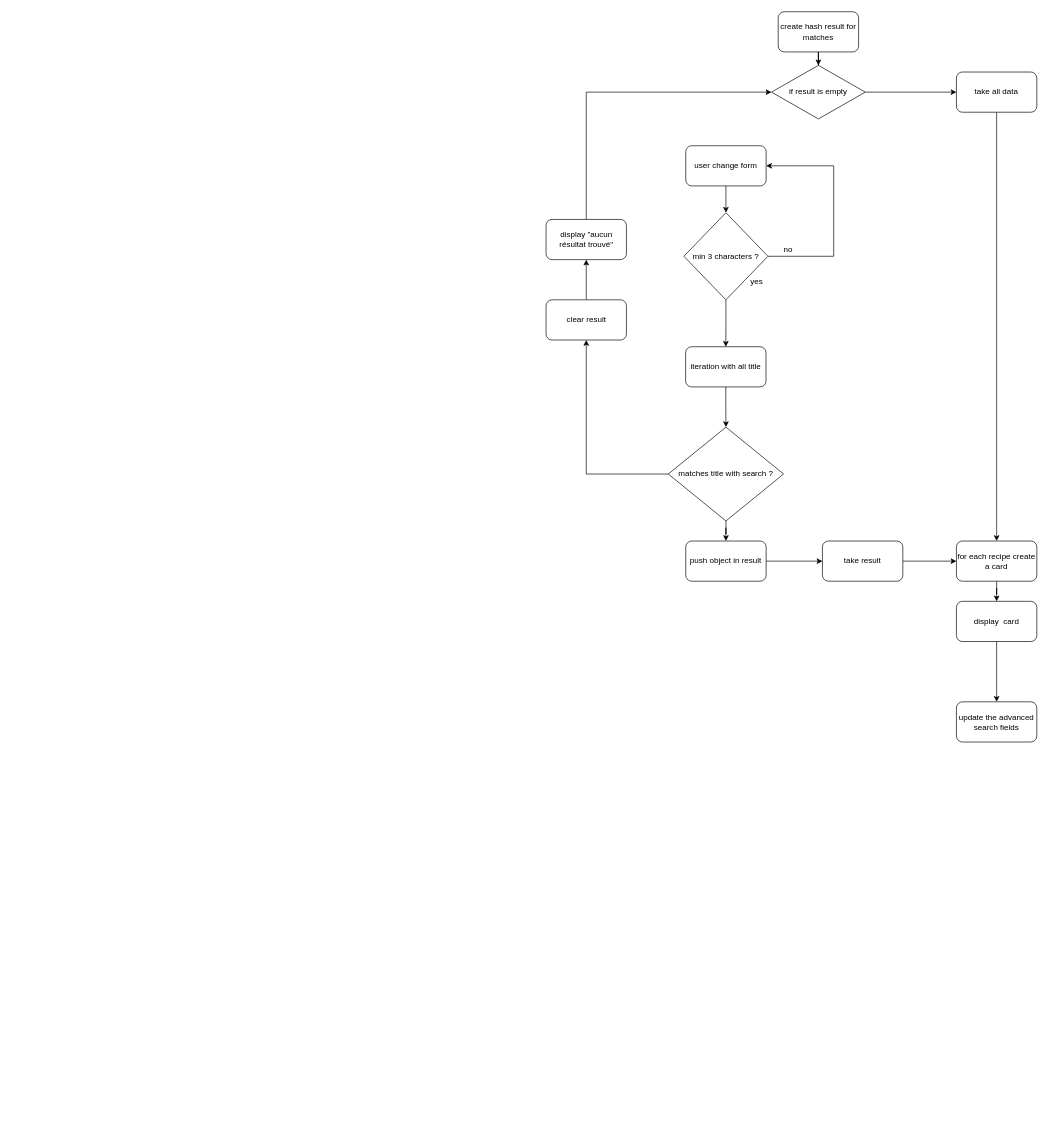
Earlier version of the draw.io diagram algorigramme programmation fonctionnelle.drawio (madelineGrammatico/Les_Petits_Plats). Source tidied: cells renumbered, new cells numbered last; positions are measured from the earlier drawing's top-left corner, leaving out a move shared by most shapes. Both pictures are drawn from the tidied source at 67%, with x=0, y=0 at pixel (546, 11).
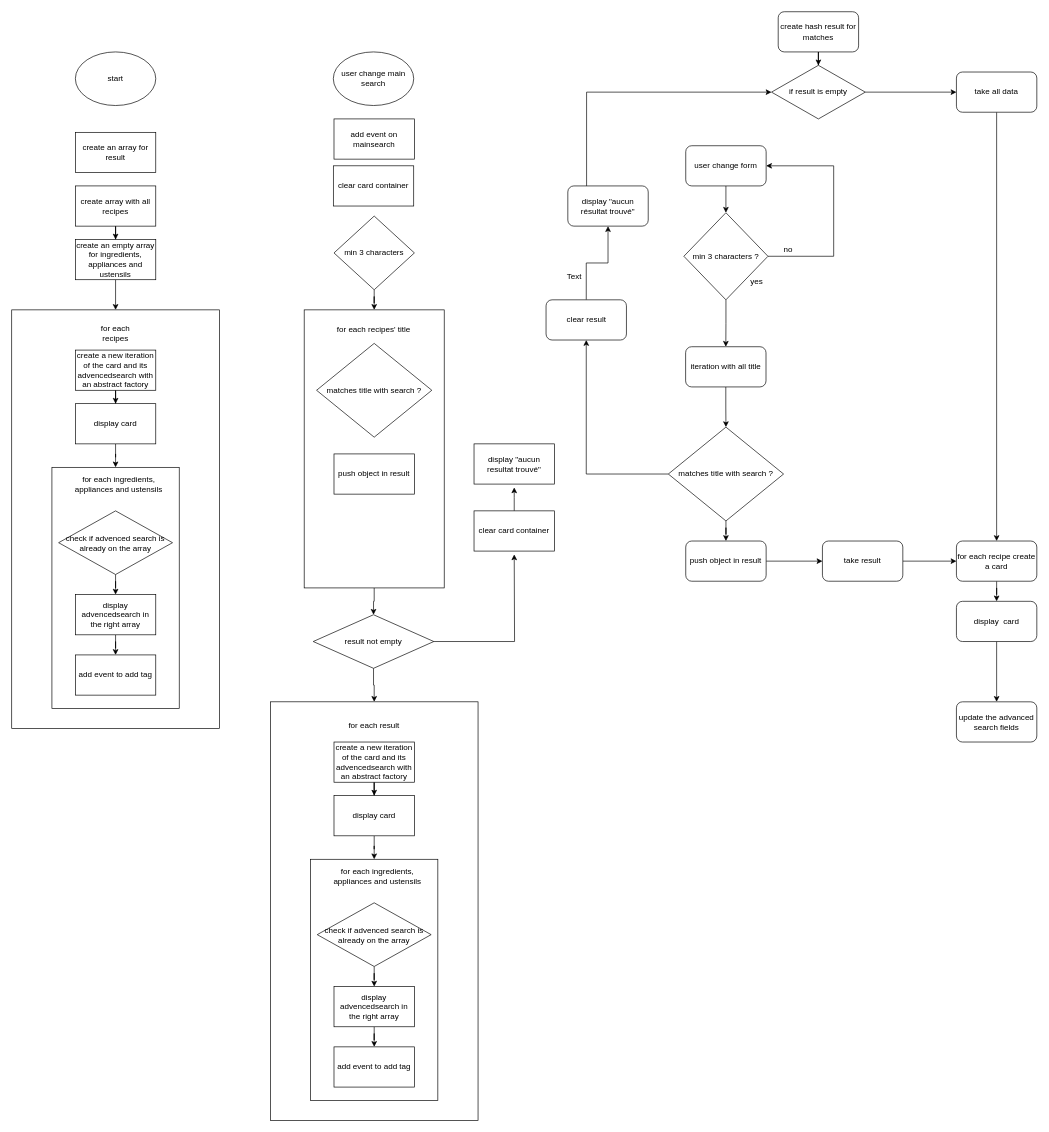
Above is the later version.

The edit, as a diff of the source:
```diff
@@
     <mxCell id="11" value="display &quot;aucun résultat trouvé&quot;" style="rounded=1;whiteSpace=wrap;html=1;" parent="1" vertex="1">
-      <mxGeometry x="-0.5" y="310" width="120" height="60" as="geometry" />
+      <mxGeometry x="32" y="260" width="120" height="60" as="geometry" />
     </mxCell>
@@
+    <mxCell id="33" style="edgeStyle=orthogonalEdgeStyle;rounded=0;jettySize=auto;html=1;entryX=0.5;entryY=0;entryDx=0;entryDy=0;" parent="1" edge="1" source="34" target="48">
+      <mxGeometry relative="1" as="geometry" />
+    </mxCell>
+    <mxCell id="34" value="&lt;div&gt;create array with all recipes&lt;/div&gt;" style="rounded=0;whiteSpace=wrap;html=1;" parent="1" vertex="1">
+      <mxGeometry x="-703" y="260" width="120" height="60" as="geometry" />
+    </mxCell>
+    <mxCell id="35" style="rounded=0;whiteSpace=wrap;html=1;" parent="1" vertex="1">
+      <mxGeometry x="-798" y="445" width="310" height="625" as="geometry" />
+    </mxCell>
+    <mxCell id="36" value="Text" style="text;html=1;strokeColor=none;fillColor=none;align=center;verticalAlign=middle;whiteSpace=wrap;rounded=0;" parent="1" vertex="1">
+      <mxGeometry x="12" y="380" width="60" height="30" as="geometry" />
+    </mxCell>
+    <mxCell id="37" value="for each recipes" style="text;html=1;strokeColor=none;fillColor=none;align=center;verticalAlign=middle;whiteSpace=wrap;rounded=0;" parent="1" vertex="1">
+      <mxGeometry x="-683" y="465" width="80" height="30" as="geometry" />
+    </mxCell>
+    <mxCell id="38" style="edgeStyle=orthogonalEdgeStyle;rounded=0;jettySize=auto;html=1;entryX=0.5;entryY=0;entryDx=0;entryDy=0;" parent="1" edge="1" source="39" target="41">
+      <mxGeometry relative="1" as="geometry" />
+    </mxCell>
+    <mxCell id="39" value="create a new iteration of the card and its advencedsearch with an abstract factory " style="rounded=0;whiteSpace=wrap;html=1;" parent="1" vertex="1">
+      <mxGeometry x="-703" y="505" width="120" height="60" as="geometry" />
+    </mxCell>
+    <mxCell id="40" style="edgeStyle=orthogonalEdgeStyle;rounded=0;jettySize=auto;html=1;entryX=0.5;entryY=0;entryDx=0;entryDy=0;" parent="1" edge="1" source="41" target="42">
+      <mxGeometry relative="1" as="geometry" />
+    </mxCell>
+    <mxCell id="41" value="display card" style="rounded=0;whiteSpace=wrap;html=1;" parent="1" vertex="1">
+      <mxGeometry x="-703" y="585" width="120" height="60" as="geometry" />
+    </mxCell>
+    <mxCell id="42" style="rounded=0;whiteSpace=wrap;html=1;" parent="1" vertex="1">
+      <mxGeometry x="-738" y="680" width="190" height="360" as="geometry" />
+    </mxCell>
+    <mxCell id="43" style="edgeStyle=orthogonalEdgeStyle;rounded=0;jettySize=auto;html=1;" parent="1" edge="1" source="44" target="50">
+      <mxGeometry relative="1" as="geometry" />
+    </mxCell>
+    <mxCell id="44" value="display advencedsearch in the right array" style="rounded=0;whiteSpace=wrap;html=1;" parent="1" vertex="1">
+      <mxGeometry x="-703" y="870" width="120" height="60" as="geometry" />
+    </mxCell>
+    <mxCell id="45" style="edgeStyle=orthogonalEdgeStyle;rounded=0;jettySize=auto;html=1;" parent="1" edge="1" source="46" target="44">
+      <mxGeometry relative="1" as="geometry" />
+    </mxCell>
+    <mxCell id="46" value="check if advenced search is already on the array" style="rhombus;whiteSpace=wrap;html=1;" parent="1" vertex="1">
+      <mxGeometry x="-728" y="745" width="170" height="95" as="geometry" />
+    </mxCell>
+    <mxCell id="47" style="edgeStyle=orthogonalEdgeStyle;rounded=0;jettySize=auto;html=1;entryX=0.5;entryY=0;entryDx=0;entryDy=0;" parent="1" edge="1" source="48" target="35">
+      <mxGeometry relative="1" as="geometry" />
+    </mxCell>
+    <mxCell id="48" value="create an empty array for ingredients, appliances and ustensils" style="rounded=0;whiteSpace=wrap;html=1;" parent="1" vertex="1">
+      <mxGeometry x="-703" y="340" width="120" height="60" as="geometry" />
+    </mxCell>
+    <mxCell id="49" value="for each ingredients, appliances and ustensils" style="text;html=1;strokeColor=none;fillColor=none;align=center;verticalAlign=middle;whiteSpace=wrap;rounded=0;" parent="1" vertex="1">
+      <mxGeometry x="-713" y="690" width="150" height="30" as="geometry" />
+    </mxCell>
+    <mxCell id="50" value="add event to add tag" style="rounded=0;whiteSpace=wrap;html=1;" parent="1" vertex="1">
+      <mxGeometry x="-703" y="960" width="120" height="60" as="geometry" />
+    </mxCell>
+    <mxCell id="51" value="create an array for result" style="rounded=0;whiteSpace=wrap;html=1;" parent="1" vertex="1">
+      <mxGeometry x="-703" y="180" width="120" height="60" as="geometry" />
+    </mxCell>
+    <mxCell id="52" style="edgeStyle=orthogonalEdgeStyle;rounded=0;jettySize=auto;html=1;exitX=0.5;exitY=1;exitDx=0;exitDy=0;entryX=0.5;entryY=0;entryDx=0;entryDy=0;" parent="1" edge="1" source="53" target="64">
+      <mxGeometry relative="1" as="geometry" />
+    </mxCell>
+    <mxCell id="53" style="rounded=0;whiteSpace=wrap;html=1;" parent="1" vertex="1">
+      <mxGeometry x="-361.5" y="445" width="209" height="415" as="geometry" />
+    </mxCell>
+    <mxCell id="54" value="user change main search" style="ellipse;whiteSpace=wrap;html=1;" parent="1" vertex="1">
+      <mxGeometry x="-318" y="60" width="120" height="80" as="geometry" />
+    </mxCell>
+    <mxCell id="55" style="edgeStyle=orthogonalEdgeStyle;rounded=0;jettySize=auto;html=1;" parent="1" edge="1" source="56" target="53">
+      <mxGeometry relative="1" as="geometry" />
+    </mxCell>
+    <mxCell id="56" value="min 3 characters" style="rhombus;whiteSpace=wrap;html=1;" parent="1" vertex="1">
+      <mxGeometry x="-317" y="305" width="120" height="110" as="geometry" />
+    </mxCell>
+    <mxCell id="57" value="start" style="ellipse;whiteSpace=wrap;html=1;" parent="1" vertex="1">
+      <mxGeometry x="-703" y="60" width="120" height="80" as="geometry" />
+    </mxCell>
+    <mxCell id="58" value="add event on mainsearch" style="rounded=0;whiteSpace=wrap;html=1;" parent="1" vertex="1">
+      <mxGeometry x="-317" y="160" width="120" height="60" as="geometry" />
+    </mxCell>
+    <mxCell id="59" value="for each recipes' title" style="text;html=1;strokeColor=none;fillColor=none;align=center;verticalAlign=middle;whiteSpace=wrap;rounded=0;" parent="1" vertex="1">
+      <mxGeometry x="-322.5" y="460" width="129" height="30" as="geometry" />
+    </mxCell>
+    <mxCell id="60" value="matches title with search ?" style="rhombus;whiteSpace=wrap;html=1;" parent="1" vertex="1">
+      <mxGeometry x="-343" y="495" width="172" height="140" as="geometry" />
+    </mxCell>
+    <mxCell id="61" value="push object in result" style="rounded=0;whiteSpace=wrap;html=1;" parent="1" vertex="1">
+      <mxGeometry x="-317" y="660" width="120" height="60" as="geometry" />
+    </mxCell>
+    <mxCell id="62" style="edgeStyle=orthogonalEdgeStyle;rounded=0;jettySize=auto;html=1;" parent="1" edge="1" source="64">
+      <mxGeometry relative="1" as="geometry">
+        <mxPoint x="-48" y="810" as="targetPoint" />
+      </mxGeometry>
+    </mxCell>
+    <mxCell id="63" style="edgeStyle=orthogonalEdgeStyle;rounded=0;jettySize=auto;html=1;entryX=0.5;entryY=0;entryDx=0;entryDy=0;" parent="1" edge="1" source="64" target="65">
+      <mxGeometry relative="1" as="geometry" />
+    </mxCell>
+    <mxCell id="64" value="result not empty" style="rhombus;whiteSpace=wrap;html=1;" parent="1" vertex="1">
+      <mxGeometry x="-348" y="900" width="180" height="80" as="geometry" />
+    </mxCell>
+    <mxCell id="65" style="rounded=0;whiteSpace=wrap;html=1;" parent="1" vertex="1">
+      <mxGeometry x="-412" y="1030" width="310" height="625" as="geometry" />
+    </mxCell>
+    <mxCell id="66" value="for each result" style="text;html=1;strokeColor=none;fillColor=none;align=center;verticalAlign=middle;whiteSpace=wrap;rounded=0;" parent="1" vertex="1">
+      <mxGeometry x="-297" y="1050" width="80" height="30" as="geometry" />
+    </mxCell>
+    <mxCell id="67" style="edgeStyle=orthogonalEdgeStyle;rounded=0;jettySize=auto;html=1;entryX=0.5;entryY=0;entryDx=0;entryDy=0;" parent="1" edge="1" source="68" target="70">
+      <mxGeometry relative="1" as="geometry" />
+    </mxCell>
+    <mxCell id="68" value="create a new iteration of the card and its advencedsearch with an abstract factory " style="rounded=0;whiteSpace=wrap;html=1;" parent="1" vertex="1">
+      <mxGeometry x="-317" y="1090" width="120" height="60" as="geometry" />
+    </mxCell>
+    <mxCell id="69" style="edgeStyle=orthogonalEdgeStyle;rounded=0;jettySize=auto;html=1;entryX=0.5;entryY=0;entryDx=0;entryDy=0;" parent="1" edge="1" source="70" target="71">
+      <mxGeometry relative="1" as="geometry" />
+    </mxCell>
+    <mxCell id="70" value="display card" style="rounded=0;whiteSpace=wrap;html=1;" parent="1" vertex="1">
+      <mxGeometry x="-317" y="1170" width="120" height="60" as="geometry" />
+    </mxCell>
+    <mxCell id="71" style="rounded=0;whiteSpace=wrap;html=1;" parent="1" vertex="1">
+      <mxGeometry x="-352" y="1265" width="190" height="360" as="geometry" />
+    </mxCell>
+    <mxCell id="72" style="edgeStyle=orthogonalEdgeStyle;rounded=0;jettySize=auto;html=1;" parent="1" edge="1" source="73" target="77">
+      <mxGeometry relative="1" as="geometry" />
+    </mxCell>
+    <mxCell id="73" value="display advencedsearch in the right array" style="rounded=0;whiteSpace=wrap;html=1;" parent="1" vertex="1">
+      <mxGeometry x="-317" y="1455" width="120" height="60" as="geometry" />
+    </mxCell>
+    <mxCell id="74" style="edgeStyle=orthogonalEdgeStyle;rounded=0;jettySize=auto;html=1;" parent="1" edge="1" source="75" target="73">
+      <mxGeometry relative="1" as="geometry" />
+    </mxCell>
+    <mxCell id="75" value="check if advenced search is already on the array" style="rhombus;whiteSpace=wrap;html=1;" parent="1" vertex="1">
+      <mxGeometry x="-342" y="1330" width="170" height="95" as="geometry" />
+    </mxCell>
+    <mxCell id="76" value="for each ingredients, appliances and ustensils" style="text;html=1;strokeColor=none;fillColor=none;align=center;verticalAlign=middle;whiteSpace=wrap;rounded=0;" parent="1" vertex="1">
+      <mxGeometry x="-327" y="1275" width="150" height="30" as="geometry" />
+    </mxCell>
+    <mxCell id="77" value="add event to add tag" style="rounded=0;whiteSpace=wrap;html=1;" parent="1" vertex="1">
+      <mxGeometry x="-317" y="1545" width="120" height="60" as="geometry" />
+    </mxCell>
+    <mxCell id="78" style="edgeStyle=orthogonalEdgeStyle;rounded=0;jettySize=auto;html=1;" parent="1" edge="1" source="79">
+      <mxGeometry relative="1" as="geometry">
+        <mxPoint x="-48" y="710" as="targetPoint" />
+      </mxGeometry>
+    </mxCell>
+    <mxCell id="79" value="clear card container" style="rounded=0;whiteSpace=wrap;html=1;" parent="1" vertex="1">
+      <mxGeometry x="-108" y="745" width="120" height="60" as="geometry" />
+    </mxCell>
+    <mxCell id="80" value="display &quot;aucun resultat trouvé&quot;" style="rounded=0;whiteSpace=wrap;html=1;" parent="1" vertex="1">
+      <mxGeometry x="-108" y="645" width="120" height="60" as="geometry" />
+    </mxCell>
+    <mxCell id="81" value="clear card container" style="rounded=0;whiteSpace=wrap;html=1;" parent="1" vertex="1">
+      <mxGeometry x="-318" y="230" width="120" height="60" as="geometry" />
+    </mxCell>
```
